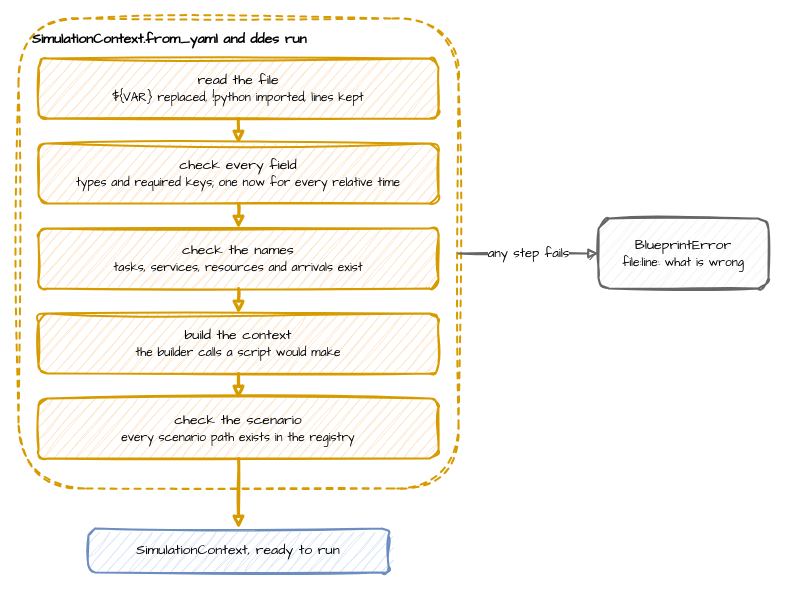
This is docs/assets/diagrams/blueprint-loading.drawio from jaehyeon-kim/desflow, a draw.io file, before an edit. Source tidied: cells renumbered, new cells numbered last; positions are measured from the earlier drawing's top-left corner, leaving out a move shared by most shapes. Both pictures are drawn from the tidied source at 100%, with x=0, y=0 at pixel (18, 18).
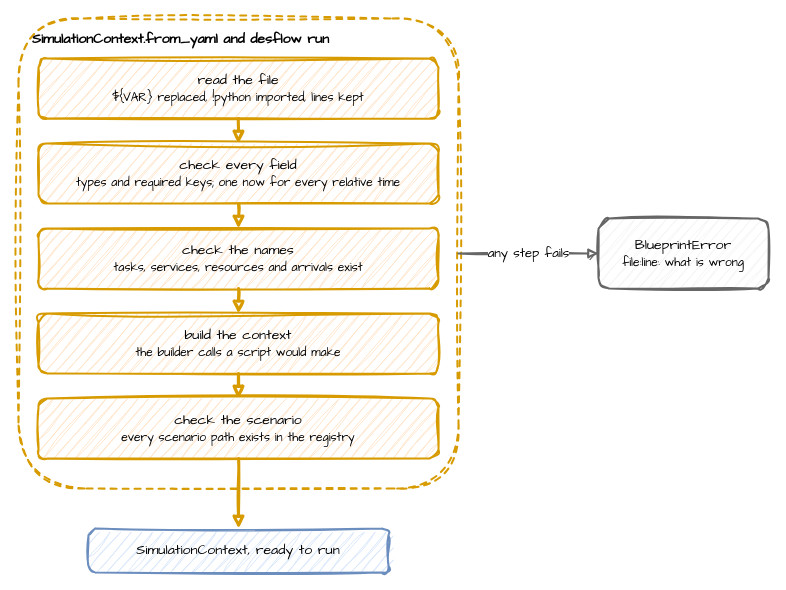
After the change.

Change to the diagram source:
```diff
@@
 <mxGraphModel>
   <root>
     <mxCell id="0" />
     <mxCell id="1" parent="0" />
-    <mxCell id="2" value="SimulationContext.from_yaml and ddes run" style="rounded=1;whiteSpace=wrap;html=1;sketch=1;curveFitting=1;jiggle=2;fontFamily=Comic Sans MS;fontSize=14;fillColor=none;strokeColor=#d79b00;strokeWidth=2;dashed=1;verticalAlign=top;align=left;spacingLeft=12;spacingTop=6;fontStyle=1;" parent="1" vertex="1">
+    <mxCell id="2" value="SimulationContext.from_yaml and desflow run" style="rounded=1;whiteSpace=wrap;html=1;sketch=1;curveFitting=1;jiggle=2;fontFamily=Comic Sans MS;fontSize=14;fillColor=none;strokeColor=#d79b00;strokeWidth=2;dashed=1;verticalAlign=top;align=left;spacingLeft=12;spacingTop=6;fontStyle=1;" parent="1" vertex="1">
       <mxGeometry width="440" height="470" as="geometry" />
     </mxCell>
     <mxCell id="3" value="read the file&lt;br&gt;&lt;font style='font-size:12px'&gt;${VAR} replaced, !python imported, lines kept&lt;/font&gt;" style="rounded=1;whiteSpace=wrap;html=1;sketch=1;curveFitting=1;jiggle=2;fontFamily=Comic Sans MS;fontSize=14;fillColor=#ffe6cc;strokeColor=#d79b00;strokeWidth=2;" parent="1" vertex="1">
       <mxGeometry x="20" y="40" width="400" height="60" as="geometry" />
     </mxCell>
     <mxCell id="4" value="check every field&lt;br&gt;&lt;font style='font-size:12px'&gt;types and required keys; one now for every relative time&lt;/font&gt;" style="rounded=1;whiteSpace=wrap;html=1;sketch=1;curveFitting=1;jiggle=2;fontFamily=Comic Sans MS;fontSize=14;fillColor=#ffe6cc;strokeColor=#d79b00;strokeWidth=2;" parent="1" vertex="1">
       <mxGeometry x="20" y="125" width="400" height="60" as="geometry" />
     </mxCell>
     <mxCell id="5" value="check the names&lt;br&gt;&lt;font style='font-size:12px'&gt;tasks, services, resources and arrivals exist&lt;/font&gt;" style="rounded=1;whiteSpace=wrap;html=1;sketch=1;curveFitting=1;jiggle=2;fontFamily=Comic Sans MS;fontSize=14;fillColor=#ffe6cc;strokeColor=#d79b00;strokeWidth=2;" parent="1" vertex="1">
       <mxGeometry x="20" y="210" width="400" height="60" as="geometry" />
     </mxCell>
     <mxCell id="6" value="build the context&lt;br&gt;&lt;font style='font-size:12px'&gt;the builder calls a script would make&lt;/font&gt;" style="rounded=1;whiteSpace=wrap;html=1;sketch=1;curveFitting=1;jiggle=2;fontFamily=Comic Sans MS;fontSize=14;fillColor=#ffe6cc;strokeColor=#d79b00;strokeWidth=2;" parent="1" vertex="1">
       <mxGeometry x="20" y="295" width="400" height="60" as="geometry" />
     </mxCell>
     <mxCell id="7" value="check the scenario&lt;br&gt;&lt;font style='font-size:12px'&gt;every scenario path exists in the registry&lt;/font&gt;" style="rounded=1;whiteSpace=wrap;html=1;sketch=1;curveFitting=1;jiggle=2;fontFamily=Comic Sans MS;fontSize=14;fillColor=#ffe6cc;strokeColor=#d79b00;strokeWidth=2;" parent="1" vertex="1">
       <mxGeometry x="20" y="380" width="400" height="60" as="geometry" />
     </mxCell>
     <mxCell id="8" style="edgeStyle=orthogonalEdgeStyle;rounded=0;sketch=1;html=1;strokeWidth=3;endArrow=block;strokeColor=#d79b00;fontFamily=Comic Sans MS;fontSize=13;labelBackgroundColor=#ffffff;exitX=0.5;exitY=1;exitDx=0;exitDy=0;entryX=0.5;entryY=0;entryDx=0;entryDy=0;" parent="1" edge="1" source="3" target="4">
       <mxGeometry relative="1" as="geometry" />
     </mxCell>
     <mxCell id="9" style="edgeStyle=orthogonalEdgeStyle;rounded=0;sketch=1;html=1;strokeWidth=3;endArrow=block;strokeColor=#d79b00;fontFamily=Comic Sans MS;fontSize=13;labelBackgroundColor=#ffffff;exitX=0.5;exitY=1;exitDx=0;exitDy=0;entryX=0.5;entryY=0;entryDx=0;entryDy=0;" parent="1" edge="1" source="4" target="5">
       <mxGeometry relative="1" as="geometry" />
     </mxCell>
     <mxCell id="10" style="edgeStyle=orthogonalEdgeStyle;rounded=0;sketch=1;html=1;strokeWidth=3;endArrow=block;strokeColor=#d79b00;fontFamily=Comic Sans MS;fontSize=13;labelBackgroundColor=#ffffff;exitX=0.5;exitY=1;exitDx=0;exitDy=0;entryX=0.5;entryY=0;entryDx=0;entryDy=0;" parent="1" edge="1" source="5" target="6">
       <mxGeometry relative="1" as="geometry" />
     </mxCell>
     <mxCell id="11" style="edgeStyle=orthogonalEdgeStyle;rounded=0;sketch=1;html=1;strokeWidth=3;endArrow=block;strokeColor=#d79b00;fontFamily=Comic Sans MS;fontSize=13;labelBackgroundColor=#ffffff;exitX=0.5;exitY=1;exitDx=0;exitDy=0;entryX=0.5;entryY=0;entryDx=0;entryDy=0;" parent="1" edge="1" source="6" target="7">
       <mxGeometry relative="1" as="geometry" />
     </mxCell>
     <mxCell id="12" value="SimulationContext, ready to run" style="rounded=1;whiteSpace=wrap;html=1;sketch=1;curveFitting=1;jiggle=2;fontFamily=Comic Sans MS;fontSize=14;fillColor=#dae8fc;strokeColor=#6c8ebf;strokeWidth=2;" parent="1" vertex="1">
       <mxGeometry x="70" y="510" width="300" height="44" as="geometry" />
     </mxCell>
     <mxCell id="13" style="edgeStyle=orthogonalEdgeStyle;rounded=0;sketch=1;html=1;strokeWidth=3;endArrow=block;strokeColor=#d79b00;fontFamily=Comic Sans MS;fontSize=13;labelBackgroundColor=#ffffff;exitX=0.5;exitY=1;exitDx=0;exitDy=0;entryX=0.5;entryY=0;entryDx=0;entryDy=0;" parent="1" edge="1" source="7" target="12">
       <mxGeometry relative="1" as="geometry" />
     </mxCell>
     <mxCell id="14" value="BlueprintError&lt;br&gt;&lt;font style='font-size:12px'&gt;file:line: what is wrong&lt;/font&gt;" style="rounded=1;whiteSpace=wrap;html=1;sketch=1;curveFitting=1;jiggle=2;fontFamily=Comic Sans MS;fontSize=14;fillColor=#f5f5f5;strokeColor=#666666;strokeWidth=2;" parent="1" vertex="1">
       <mxGeometry x="580" y="200" width="170" height="70" as="geometry" />
     </mxCell>
     <mxCell id="15" value="any step fails" style="edgeStyle=orthogonalEdgeStyle;rounded=0;sketch=1;html=1;strokeWidth=2;endArrow=block;strokeColor=#666666;fontFamily=Comic Sans MS;fontSize=13;labelBackgroundColor=#ffffff;exitX=1;exitY=0.5;exitDx=0;exitDy=0;entryX=0;entryY=0.5;entryDx=0;entryDy=0;" parent="1" edge="1" source="2" target="14">
       <mxGeometry relative="1" as="geometry" />
     </mxCell>
   </root>
 </mxGraphModel>
```
